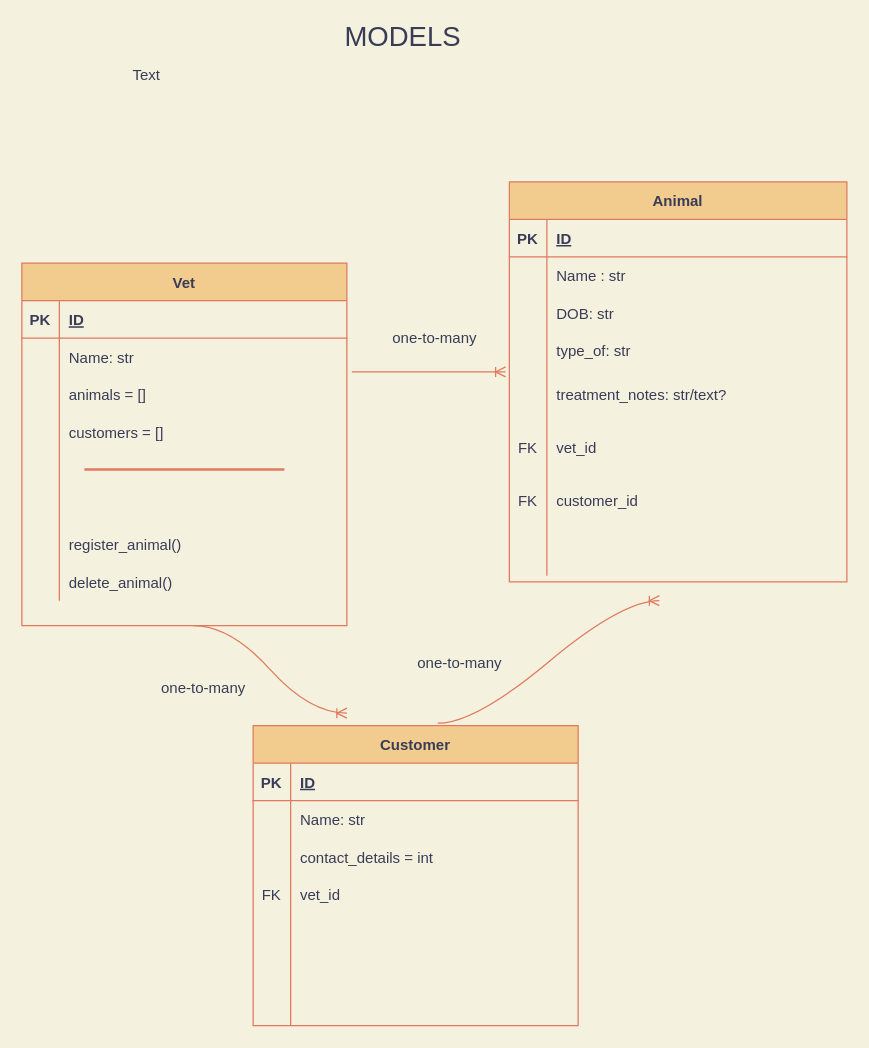
fraserjamieson/vet_project keeps this draw.io diagram as page "Page-1" (1 of 2) of vetproject_classdiagram.drawio. Above is the earlier version. Source tidied: cells renumbered, new cells numbered last; positions are measured from the earlier drawing's top-left corner, leaving out a move shared by most shapes. Both pictures are drawn from the tidied source at 125%, with x=0, y=0 at pixel (21, 25).
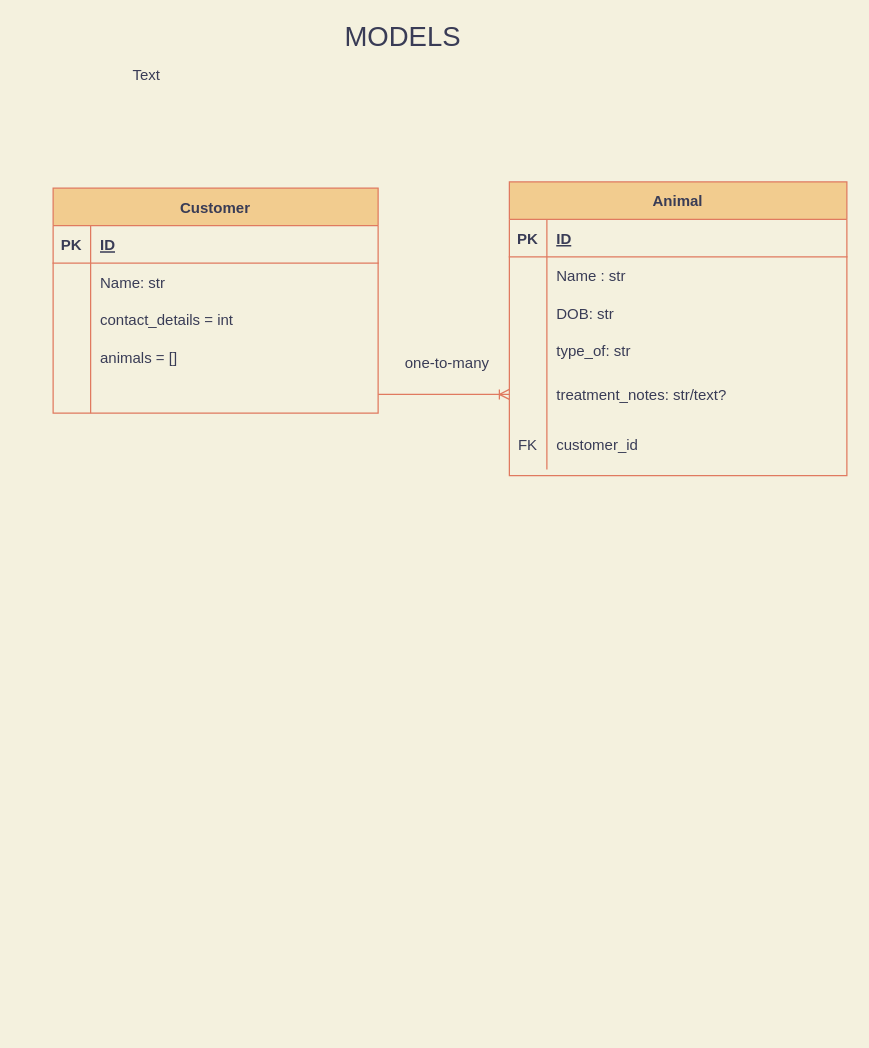
After the change.

The change refers to these unchanged cells:
```xml
<mxCell id="15" style="shape=partialRectangle;fillColor=none;points=[[0,0.5],[1,0.5]];portConstraint=eastwest;top=0;left=0;right=0;bottom=0;strokeColor=#E07A5F;fontColor=#393C56;" parent="2" vertex="1">
  <mxGeometry y="150" width="270" height="40" as="geometry" />
</mxCell>
```

What changed in the source:
```diff
@@
     <mxCell id="2" value="Animal" style="shape=table;startSize=30;childLayout=tableLayout;rowLines=0;fontStyle=1;align=center;fillColor=#F2CC8F;strokeColor=#E07A5F;fontColor=#393C56;" parent="1" vertex="1">
-      <mxGeometry x="390" y="125" width="270" height="320" as="geometry" />
+      <mxGeometry x="390" y="125" width="270" height="235" as="geometry" />
     </mxCell>
@@
-    <mxCell id="18" style="shape=partialRectangle;fillColor=none;top=0;left=0;right=0;bottom=0;strokeColor=#E07A5F;fontColor=#393C56;" parent="2" vertex="1">
-      <mxGeometry y="190" width="270" height="45" as="geometry" />
-    </mxCell>
-    <mxCell id="19" value="FK" style="shape=partialRectangle;overflow=hidden;fillColor=none;top=0;left=0;bottom=0;right=0;strokeColor=#E07A5F;fontColor=#393C56;" parent="18" vertex="1">
-      <mxGeometry width="30" height="45" as="geometry" />
-    </mxCell>
-    <mxCell id="20" value="vet_id" style="shape=partialRectangle;overflow=hidden;fillColor=none;top=0;left=0;bottom=0;right=0;align=left;spacingLeft=6;strokeColor=#E07A5F;fontColor=#393C56;" parent="18" vertex="1">
-      <mxGeometry x="30" width="240" height="45" as="geometry" />
-    </mxCell>
     <mxCell id="21" style="shape=partialRectangle;fillColor=none;top=0;left=0;right=0;bottom=0;strokeColor=#E07A5F;fontColor=#393C56;" parent="2" vertex="1">
-      <mxGeometry y="235" width="270" height="40" as="geometry" />
+      <mxGeometry y="190" width="270" height="40" as="geometry" />
     </mxCell>
@@
-    <mxCell id="24" style="shape=partialRectangle;fillColor=none;top=0;left=0;right=0;bottom=0;strokeColor=#E07A5F;fontColor=#393C56;" parent="2" vertex="1">
-      <mxGeometry y="275" width="270" height="40" as="geometry" />
-    </mxCell>
-    <mxCell id="25" style="shape=partialRectangle;overflow=hidden;fillColor=none;top=0;left=0;bottom=0;right=0;strokeColor=#E07A5F;fontColor=#393C56;" parent="24" vertex="1">
-      <mxGeometry width="30" height="40" as="geometry" />
-    </mxCell>
-    <mxCell id="26" style="shape=partialRectangle;overflow=hidden;fillColor=none;top=0;left=0;bottom=0;right=0;align=left;spacingLeft=6;strokeColor=#E07A5F;fontColor=#393C56;" parent="24" vertex="1">
-      <mxGeometry x="30" width="240" height="40" as="geometry" />
-    </mxCell>
     <mxCell id="27" value="Customer" style="shape=table;startSize=30;childLayout=tableLayout;rowLines=0;fontStyle=1;align=center;fillColor=#F2CC8F;strokeColor=#E07A5F;fontColor=#393C56;" parent="1" vertex="1">
-      <mxGeometry x="185" y="560" width="260" height="240" as="geometry" />
+      <mxGeometry x="25" y="130" width="260" height="180" as="geometry" />
     </mxCell>
@@
-    <mxCell id="37" style="shape=partialRectangle;fillColor=none;top=0;left=0;right=0;bottom=0;strokeColor=#E07A5F;fontColor=#393C56;" parent="27" vertex="1">
-      <mxGeometry y="120" width="260" height="30" as="geometry" />
-    </mxCell>
-    <mxCell id="38" value="FK" style="shape=partialRectangle;overflow=hidden;fillColor=none;top=0;left=0;bottom=0;right=0;strokeColor=#E07A5F;fontColor=#393C56;" parent="37" vertex="1">
-      <mxGeometry width="30" height="30" as="geometry" />
-    </mxCell>
-    <mxCell id="39" value="vet_id" style="shape=partialRectangle;overflow=hidden;fillColor=none;top=0;left=0;bottom=0;right=0;align=left;spacingLeft=6;strokeColor=#E07A5F;fontColor=#393C56;" parent="37" vertex="1">
-      <mxGeometry x="30" width="230" height="30" as="geometry" />
-    </mxCell>
+    <mxCell id="83" style="shape=partialRectangle;fillColor=none;top=0;left=0;right=0;bottom=0;strokeColor=#E07A5F;fontColor=#393C56;" parent="27" vertex="1">
+      <mxGeometry y="120" width="260" height="30" as="geometry" />
+    </mxCell>
+    <mxCell id="84" style="shape=partialRectangle;overflow=hidden;fillColor=none;top=0;left=0;bottom=0;right=0;strokeColor=#E07A5F;fontColor=#393C56;" parent="83" vertex="1">
+      <mxGeometry width="30" height="30" as="geometry" />
+    </mxCell>
+    <mxCell id="62" value="animals = []" style="shape=partialRectangle;overflow=hidden;fillColor=none;top=0;left=0;bottom=0;right=0;align=left;spacingLeft=6;strokeColor=#E07A5F;fontColor=#393C56;" parent="83" vertex="1">
+      <mxGeometry x="30" width="230" height="30" as="geometry" />
+    </mxCell>
@@
-    <mxCell id="43" style="shape=partialRectangle;fillColor=none;top=0;left=0;right=0;bottom=0;strokeColor=#E07A5F;fontColor=#393C56;" parent="27" vertex="1">
-      <mxGeometry y="180" width="260" height="30" as="geometry" />
-    </mxCell>
-    <mxCell id="44" style="shape=partialRectangle;overflow=hidden;fillColor=none;top=0;left=0;bottom=0;right=0;strokeColor=#E07A5F;fontColor=#393C56;" parent="43" vertex="1">
-      <mxGeometry width="30" height="30" as="geometry" />
-    </mxCell>
-    <mxCell id="45" style="shape=partialRectangle;overflow=hidden;fillColor=none;top=0;left=0;bottom=0;right=0;align=left;spacingLeft=6;strokeColor=#E07A5F;fontColor=#393C56;" parent="43" vertex="1">
-      <mxGeometry x="30" width="230" height="30" as="geometry" />
-    </mxCell>
-    <mxCell id="46" style="shape=partialRectangle;fillColor=none;top=0;left=0;right=0;bottom=0;strokeColor=#E07A5F;fontColor=#393C56;" parent="27" vertex="1">
-      <mxGeometry y="210" width="260" height="30" as="geometry" />
-    </mxCell>
-    <mxCell id="47" style="shape=partialRectangle;overflow=hidden;fillColor=none;top=0;left=0;bottom=0;right=0;strokeColor=#E07A5F;fontColor=#393C56;" parent="46" vertex="1">
-      <mxGeometry width="30" height="30" as="geometry" />
-    </mxCell>
-    <mxCell id="48" style="shape=partialRectangle;overflow=hidden;fillColor=none;top=0;left=0;bottom=0;right=0;align=left;spacingLeft=6;strokeColor=#E07A5F;fontColor=#393C56;" parent="46" vertex="1">
-      <mxGeometry x="30" width="230" height="30" as="geometry" />
-    </mxCell>
-    <mxCell id="49" style="edgeStyle=entityRelationEdgeStyle;fontSize=12;html=1;endArrow=ERoneToMany;strokeColor=#E07A5F;fillColor=#F2CC8F;curved=1;entryX=-0.011;entryY=0.058;entryDx=0;entryDy=0;entryPerimeter=0;fontColor=#393C56;labelBackgroundColor=#F4F1DE;" parent="1" edge="1">
-      <mxGeometry relative="1" as="geometry">
-        <mxPoint x="264" y="277" as="sourcePoint" />
-        <mxPoint x="387" y="277" as="targetPoint" />
-      </mxGeometry>
-    </mxCell>
@@
-    <mxCell id="51" value="one-to-many" style="text;html=1;align=center;verticalAlign=middle;fontColor=#393C56;" parent="1" vertex="1">
-      <mxGeometry x="290" y="240" width="80" height="20" as="geometry" />
-    </mxCell>
-    <mxCell id="52" style="line;strokeWidth=2;html=1;rounded=0;labelBackgroundColor=none;sketch=0;fillColor=#F2CC8F;fontColor=#393C56;strokeColor=#E07A5F;" parent="1" vertex="1">
-      <mxGeometry x="50" y="350" width="160" height="10" as="geometry" />
-    </mxCell>
-    <mxCell id="53" value="Vet" style="shape=table;startSize=30;childLayout=tableLayout;rowLines=0;fontStyle=1;align=center;fillColor=#F2CC8F;strokeColor=#E07A5F;fontColor=#393C56;" parent="1" vertex="1">
-      <mxGeometry y="190" width="260" height="290" as="geometry" />
-    </mxCell>
-    <mxCell id="54" style="shape=partialRectangle;fillColor=none;top=0;left=0;right=0;bottom=1;strokeColor=#E07A5F;fontColor=#393C56;" parent="53" vertex="1">
-      <mxGeometry y="30" width="260" height="30" as="geometry" />
-    </mxCell>
-    <mxCell id="55" value="PK" style="shape=partialRectangle;overflow=hidden;fillColor=none;top=0;left=0;bottom=0;right=0;fontStyle=1;strokeColor=#E07A5F;fontColor=#393C56;" parent="54" vertex="1">
-      <mxGeometry width="30" height="30" as="geometry" />
-    </mxCell>
-    <mxCell id="56" value="ID" style="shape=partialRectangle;overflow=hidden;fillColor=none;top=0;left=0;bottom=0;right=0;align=left;spacingLeft=6;fontStyle=5;strokeColor=#E07A5F;fontColor=#393C56;" parent="54" vertex="1">
-      <mxGeometry x="30" width="230" height="30" as="geometry" />
-    </mxCell>
-    <mxCell id="57" style="shape=partialRectangle;fillColor=none;top=0;left=0;right=0;bottom=0;strokeColor=#E07A5F;fontColor=#393C56;" parent="53" vertex="1">
-      <mxGeometry y="60" width="260" height="30" as="geometry" />
-    </mxCell>
-    <mxCell id="58" style="shape=partialRectangle;overflow=hidden;fillColor=none;top=0;left=0;bottom=0;right=0;strokeColor=#E07A5F;fontColor=#393C56;" parent="57" vertex="1">
-      <mxGeometry width="30" height="30" as="geometry" />
-    </mxCell>
-    <mxCell id="59" value="Name: str" style="shape=partialRectangle;overflow=hidden;fillColor=none;top=0;left=0;bottom=0;right=0;align=left;spacingLeft=6;strokeColor=#E07A5F;fontColor=#393C56;" parent="57" vertex="1">
-      <mxGeometry x="30" width="230" height="30" as="geometry" />
-    </mxCell>
-    <mxCell id="60" style="shape=partialRectangle;fillColor=none;top=0;left=0;right=0;bottom=0;strokeColor=#E07A5F;fontColor=#393C56;" parent="53" vertex="1">
-      <mxGeometry y="90" width="260" height="30" as="geometry" />
-    </mxCell>
-    <mxCell id="61" style="shape=partialRectangle;overflow=hidden;fillColor=none;top=0;left=0;bottom=0;right=0;strokeColor=#E07A5F;fontColor=#393C56;" parent="60" vertex="1">
-      <mxGeometry width="30" height="30" as="geometry" />
-    </mxCell>
-    <mxCell id="62" value="animals = []" style="shape=partialRectangle;overflow=hidden;fillColor=none;top=0;left=0;bottom=0;right=0;align=left;spacingLeft=6;strokeColor=#E07A5F;fontColor=#393C56;" parent="60" vertex="1">
-      <mxGeometry x="30" width="230" height="30" as="geometry" />
-    </mxCell>
-    <mxCell id="63" style="shape=partialRectangle;fillColor=none;top=0;left=0;right=0;bottom=0;strokeColor=#E07A5F;fontColor=#393C56;" parent="53" vertex="1">
-      <mxGeometry y="120" width="260" height="30" as="geometry" />
-    </mxCell>
-    <mxCell id="64" style="shape=partialRectangle;overflow=hidden;fillColor=none;top=0;left=0;bottom=0;right=0;strokeColor=#E07A5F;fontColor=#393C56;" parent="63" vertex="1">
-      <mxGeometry width="30" height="30" as="geometry" />
-    </mxCell>
-    <mxCell id="65" value="customers = []" style="shape=partialRectangle;overflow=hidden;fillColor=none;top=0;left=0;bottom=0;right=0;align=left;spacingLeft=6;strokeColor=#E07A5F;fontColor=#393C56;" parent="63" vertex="1">
-      <mxGeometry x="30" width="230" height="30" as="geometry" />
-    </mxCell>
-    <mxCell id="66" style="shape=partialRectangle;fillColor=none;top=0;left=0;right=0;bottom=0;strokeColor=#E07A5F;fontColor=#393C56;" parent="53" vertex="1">
-      <mxGeometry y="150" width="260" height="30" as="geometry" />
-    </mxCell>
-    <mxCell id="67" style="shape=partialRectangle;overflow=hidden;fillColor=none;top=0;left=0;bottom=0;right=0;strokeColor=#E07A5F;fontColor=#393C56;" parent="66" vertex="1">
-      <mxGeometry width="30" height="30" as="geometry" />
-    </mxCell>
-    <mxCell id="68" style="shape=partialRectangle;overflow=hidden;fillColor=none;top=0;left=0;bottom=0;right=0;align=left;spacingLeft=6;strokeColor=#E07A5F;fontColor=#393C56;" parent="66" vertex="1">
-      <mxGeometry x="30" width="230" height="30" as="geometry" />
-    </mxCell>
-    <mxCell id="69" style="shape=partialRectangle;fillColor=none;top=0;left=0;right=0;bottom=0;strokeColor=#E07A5F;fontColor=#393C56;" parent="53" vertex="1">
-      <mxGeometry y="180" width="260" height="30" as="geometry" />
-    </mxCell>
-    <mxCell id="70" style="shape=partialRectangle;overflow=hidden;fillColor=none;top=0;left=0;bottom=0;right=0;strokeColor=#E07A5F;fontColor=#393C56;" parent="69" vertex="1">
-      <mxGeometry width="30" height="30" as="geometry" />
-    </mxCell>
-    <mxCell id="71" style="shape=partialRectangle;overflow=hidden;fillColor=none;top=0;left=0;bottom=0;right=0;align=left;spacingLeft=6;strokeColor=#E07A5F;fontColor=#393C56;" parent="69" vertex="1">
-      <mxGeometry x="30" width="230" height="30" as="geometry" />
-    </mxCell>
-    <mxCell id="72" style="shape=partialRectangle;fillColor=none;top=0;left=0;right=0;bottom=0;strokeColor=#E07A5F;fontColor=#393C56;" parent="53" vertex="1">
-      <mxGeometry y="210" width="260" height="30" as="geometry" />
-    </mxCell>
-    <mxCell id="73" style="shape=partialRectangle;overflow=hidden;fillColor=none;top=0;left=0;bottom=0;right=0;strokeColor=#E07A5F;fontColor=#393C56;" parent="72" vertex="1">
-      <mxGeometry width="30" height="30" as="geometry" />
-    </mxCell>
-    <mxCell id="74" value="register_animal()" style="shape=partialRectangle;overflow=hidden;fillColor=none;top=0;left=0;bottom=0;right=0;align=left;spacingLeft=6;strokeColor=#E07A5F;fontColor=#393C56;" parent="72" vertex="1">
-      <mxGeometry x="30" width="230" height="30" as="geometry" />
-    </mxCell>
-    <mxCell id="75" style="shape=partialRectangle;fillColor=none;top=0;left=0;right=0;bottom=0;strokeColor=#E07A5F;fontColor=#393C56;" parent="53" vertex="1">
-      <mxGeometry y="240" width="260" height="30" as="geometry" />
-    </mxCell>
-    <mxCell id="76" style="shape=partialRectangle;overflow=hidden;fillColor=none;top=0;left=0;bottom=0;right=0;strokeColor=#E07A5F;fontColor=#393C56;" parent="75" vertex="1">
-      <mxGeometry width="30" height="30" as="geometry" />
-    </mxCell>
-    <mxCell id="77" value="delete_animal()" style="shape=partialRectangle;overflow=hidden;fillColor=none;top=0;left=0;bottom=0;right=0;align=left;spacingLeft=6;strokeColor=#E07A5F;fontColor=#393C56;" parent="75" vertex="1">
-      <mxGeometry x="30" width="230" height="30" as="geometry" />
-    </mxCell>
-    <mxCell id="78" style="edgeStyle=entityRelationEdgeStyle;fontSize=12;html=1;endArrow=ERoneToMany;strokeColor=#E07A5F;fillColor=#F2CC8F;curved=1;fontColor=#393C56;labelBackgroundColor=#F4F1DE;" parent="1" edge="1">
-      <mxGeometry relative="1" as="geometry">
-        <mxPoint x="137" y="480" as="sourcePoint" />
-        <mxPoint x="260" y="550" as="targetPoint" />
-      </mxGeometry>
-    </mxCell>
-    <mxCell id="79" value="one-to-many" style="text;html=1;align=center;verticalAlign=middle;fontColor=#393C56;" parent="1" vertex="1">
-      <mxGeometry x="105" y="520" width="80" height="20" as="geometry" />
-    </mxCell>
-    <mxCell id="80" style="edgeStyle=entityRelationEdgeStyle;fontSize=12;html=1;endArrow=ERoneToMany;strokeColor=#E07A5F;fillColor=#F2CC8F;curved=1;exitX=0.568;exitY=-0.008;exitDx=0;exitDy=0;exitPerimeter=0;fontColor=#393C56;labelBackgroundColor=#F4F1DE;" parent="1" edge="1" source="27">
+    <mxCell id="80" style="edgeStyle=entityRelationEdgeStyle;fontSize=12;html=1;endArrow=ERoneToMany;strokeColor=#E07A5F;fillColor=#F2CC8F;curved=1;exitX=1;exitY=0.5;exitDx=0;exitDy=0;fontColor=#393C56;labelBackgroundColor=#F4F1DE;entryX=0;entryY=0.5;entryDx=0;entryDy=0;" parent="1" edge="1" target="15">
       <mxGeometry relative="1" as="geometry">
-        <mxPoint x="510" y="460" as="targetPoint" />
+        <mxPoint x="285" y="295" as="sourcePoint" />
       </mxGeometry>
     </mxCell>
     <mxCell id="81" value="one-to-many" style="text;html=1;align=center;verticalAlign=middle;fontColor=#393C56;" parent="1" vertex="1">
-      <mxGeometry x="310" y="500" width="80" height="20" as="geometry" />
+      <mxGeometry x="300" y="260" width="80" height="20" as="geometry" />
     </mxCell>
```
